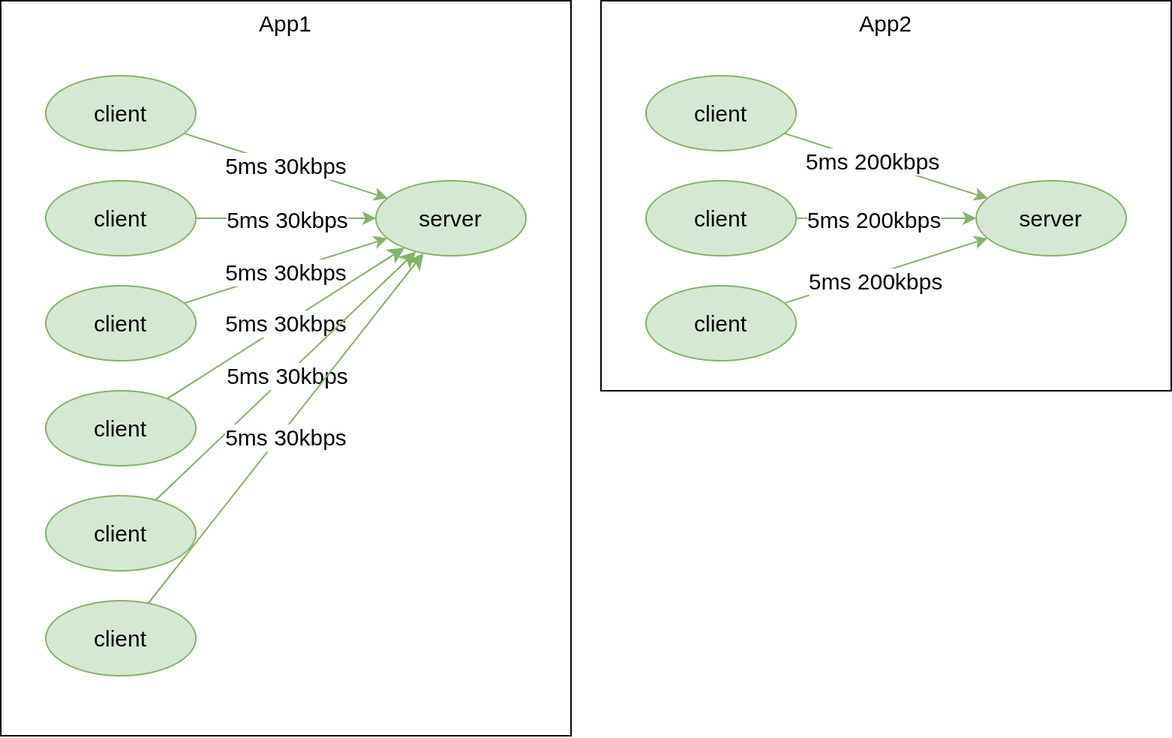
Earlier version of the draw.io export emulator/exp-7/deployment.drawio.png (kr-0-n/k8_scheduler_experiments). Source tidied: cells renumbered, new cells last; positions are measured from the earlier drawing's top-left corner, leaving out a move shared by most shapes.
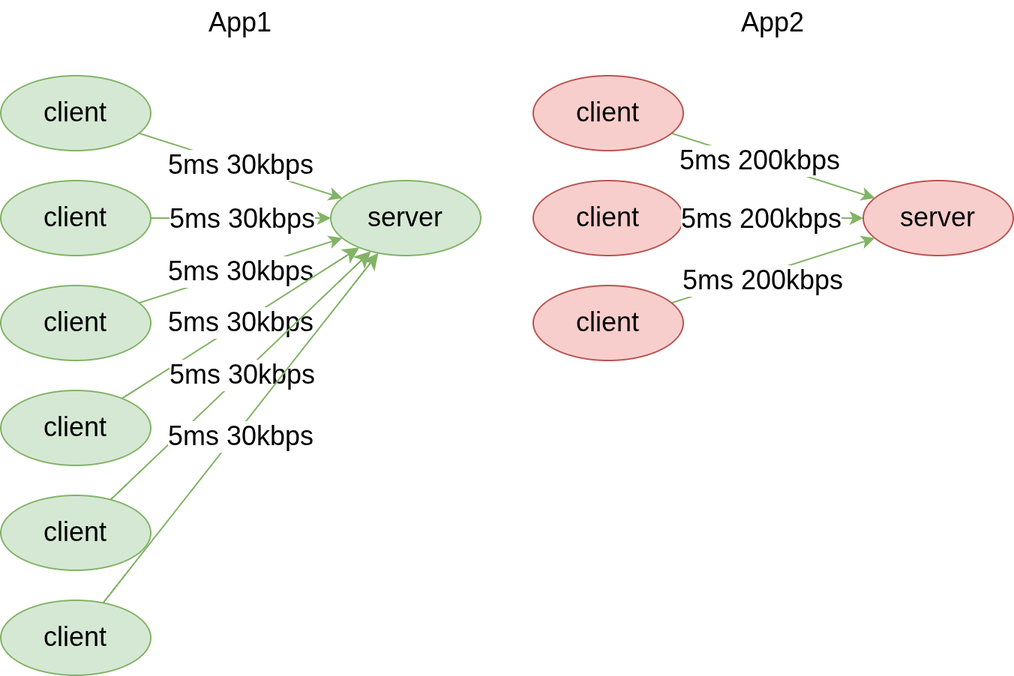
Above is the later version.

The edit, as a diff of the source:
```diff
@@ -2,120 +2,114 @@
   <root>
     <mxCell id="0" />
     <mxCell id="1" parent="0" />
-    <mxCell id="2" style="rounded=0;whiteSpace=wrap;html=1;fontSize=15;" parent="1" vertex="1">
-      <mxGeometry width="380" height="490" as="geometry" />
+    <mxCell id="2" style="edgeStyle=orthogonalEdgeStyle;rounded=0;jettySize=auto;html=1;fillColor=#d5e8d4;strokeColor=#82b366;fontSize=18;" parent="1" edge="1" source="4" target="5">
+      <mxGeometry relative="1" as="geometry" />
     </mxCell>
-    <mxCell id="3" style="edgeStyle=orthogonalEdgeStyle;rounded=0;jettySize=auto;html=1;fillColor=#d5e8d4;strokeColor=#82b366;fontSize=15;" parent="1" edge="1" source="5" target="6">
-      <mxGeometry relative="1" as="geometry" />
+    <mxCell id="3" value="5ms 30kbps" style="edgeLabel;html=1;align=center;verticalAlign=middle;fontSize=18;" parent="2" vertex="1">
+      <mxGeometry x="-0.08" relative="1" as="geometry">
+        <mxPoint x="5" as="offset" />
+      </mxGeometry>
     </mxCell>
-    <mxCell id="4" value="5ms 30kbps" style="edgeLabel;html=1;align=center;verticalAlign=middle;points=[];fontSize=15;" parent="3" vertex="1">
-      <mxGeometry x="-0.08" relative="1" as="geometry">
-        <mxPoint x="5" as="offset" />
-      </mxGeometry>
+    <mxCell id="4" value="client" style="ellipse;whiteSpace=wrap;html=1;fillColor=#d5e8d4;strokeColor=#82b366;fontSize=18;" parent="1" vertex="1">
+      <mxGeometry x="30" y="120" width="100" height="50" as="geometry" />
     </mxCell>
-    <mxCell id="5" value="client" style="ellipse;whiteSpace=wrap;html=1;fillColor=#d5e8d4;strokeColor=#82b366;fontSize=15;" parent="1" vertex="1">
-      <mxGeometry x="30" y="120" width="100" height="50" as="geometry" />
+    <mxCell id="5" value="server" style="ellipse;whiteSpace=wrap;html=1;fillColor=#d5e8d4;strokeColor=#82b366;fontSize=18;" parent="1" vertex="1">
+      <mxGeometry x="250" y="120" width="100" height="50" as="geometry" />
     </mxCell>
-    <mxCell id="6" value="server" style="ellipse;whiteSpace=wrap;html=1;fillColor=#d5e8d4;strokeColor=#82b366;fontSize=15;" parent="1" vertex="1">
-      <mxGeometry x="250" y="120" width="100" height="50" as="geometry" />
+    <mxCell id="6" style="rounded=0;jettySize=auto;html=1;fillColor=#d5e8d4;strokeColor=#82b366;fontSize=18;" parent="1" edge="1" source="8" target="5">
+      <mxGeometry relative="1" as="geometry" />
     </mxCell>
-    <mxCell id="7" style="rounded=0;jettySize=auto;html=1;fillColor=#d5e8d4;strokeColor=#82b366;fontSize=15;" parent="1" edge="1" source="9" target="6">
-      <mxGeometry relative="1" as="geometry" />
+    <mxCell id="7" value="5ms 30kbps" style="edgeLabel;html=1;align=center;verticalAlign=middle;fontSize=18;" parent="6" vertex="1">
+      <mxGeometry x="0.26" y="2" relative="1" as="geometry">
+        <mxPoint x="-19" y="-4" as="offset" />
+      </mxGeometry>
     </mxCell>
-    <mxCell id="8" value="5ms 30kbps" style="edgeLabel;html=1;align=center;verticalAlign=middle;points=[];fontSize=15;" parent="7" vertex="1">
-      <mxGeometry x="0.26" y="2" relative="1" as="geometry">
-        <mxPoint x="-19" y="-4" as="offset" />
-      </mxGeometry>
+    <mxCell id="8" value="client" style="ellipse;whiteSpace=wrap;html=1;fillColor=#d5e8d4;strokeColor=#82b366;fontSize=18;" parent="1" vertex="1">
+      <mxGeometry x="30" y="50" width="100" height="50" as="geometry" />
     </mxCell>
-    <mxCell id="9" value="client" style="ellipse;whiteSpace=wrap;html=1;fillColor=#d5e8d4;strokeColor=#82b366;fontSize=15;" parent="1" vertex="1">
-      <mxGeometry x="30" y="50" width="100" height="50" as="geometry" />
+    <mxCell id="9" style="rounded=0;jettySize=auto;html=1;fillColor=#d5e8d4;strokeColor=#82b366;fontSize=18;" parent="1" edge="1" source="11" target="5">
+      <mxGeometry relative="1" as="geometry" />
     </mxCell>
-    <mxCell id="10" style="rounded=0;jettySize=auto;html=1;fillColor=#d5e8d4;strokeColor=#82b366;fontSize=15;" parent="1" edge="1" source="12" target="6">
-      <mxGeometry relative="1" as="geometry" />
+    <mxCell id="10" value="5ms 30kbps" style="edgeLabel;html=1;align=center;verticalAlign=middle;fontSize=18;" parent="9" vertex="1">
+      <mxGeometry x="-0.18" y="3" relative="1" as="geometry">
+        <mxPoint x="13" y="-1" as="offset" />
+      </mxGeometry>
     </mxCell>
-    <mxCell id="11" value="5ms 30kbps" style="edgeLabel;html=1;align=center;verticalAlign=middle;points=[];fontSize=15;" parent="10" vertex="1">
-      <mxGeometry x="-0.18" y="3" relative="1" as="geometry">
-        <mxPoint x="13" y="-1" as="offset" />
-      </mxGeometry>
+    <mxCell id="11" value="client" style="ellipse;whiteSpace=wrap;html=1;fillColor=#d5e8d4;strokeColor=#82b366;fontSize=18;" parent="1" vertex="1">
+      <mxGeometry x="30" y="190" width="100" height="50" as="geometry" />
     </mxCell>
-    <mxCell id="12" value="client" style="ellipse;whiteSpace=wrap;html=1;fillColor=#d5e8d4;strokeColor=#82b366;fontSize=15;" parent="1" vertex="1">
-      <mxGeometry x="30" y="190" width="100" height="50" as="geometry" />
+    <mxCell id="12" value="App1" style="text;html=1;whiteSpace=wrap;strokeColor=none;fillColor=none;align=center;verticalAlign=middle;rounded=0;fontSize=18;" parent="1" vertex="1">
+      <mxGeometry x="160" width="60" height="30" as="geometry" />
     </mxCell>
-    <mxCell id="13" value="App1" style="text;html=1;whiteSpace=wrap;strokeColor=none;fillColor=none;align=center;verticalAlign=middle;rounded=0;fontSize=15;" parent="1" vertex="1">
-      <mxGeometry x="160" width="60" height="30" as="geometry" />
+    <mxCell id="13" style="edgeStyle=orthogonalEdgeStyle;rounded=0;jettySize=auto;html=1;fillColor=#d5e8d4;strokeColor=#82b366;fontSize=18;" parent="1" edge="1" source="14" target="15">
+      <mxGeometry relative="1" as="geometry" />
     </mxCell>
-    <mxCell id="14" style="rounded=0;whiteSpace=wrap;html=1;fontSize=15;" parent="1" vertex="1">
-      <mxGeometry x="400" width="380" height="260" as="geometry" />
+    <mxCell id="14" value="client" style="ellipse;whiteSpace=wrap;html=1;fillColor=#f8cecc;strokeColor=#b85450;fontSize=18;" parent="1" vertex="1">
+      <mxGeometry x="385" y="120" width="100" height="50" as="geometry" />
     </mxCell>
-    <mxCell id="15" style="edgeStyle=orthogonalEdgeStyle;rounded=0;jettySize=auto;html=1;fillColor=#d5e8d4;strokeColor=#82b366;fontSize=15;" parent="1" edge="1" source="16" target="17">
-      <mxGeometry relative="1" as="geometry" />
+    <mxCell id="15" value="server" style="ellipse;whiteSpace=wrap;html=1;fillColor=#f8cecc;strokeColor=#b85450;fontSize=18;" parent="1" vertex="1">
+      <mxGeometry x="605" y="120" width="100" height="50" as="geometry" />
     </mxCell>
-    <mxCell id="16" value="client" style="ellipse;whiteSpace=wrap;html=1;fillColor=#d5e8d4;strokeColor=#82b366;fontSize=15;" parent="1" vertex="1">
-      <mxGeometry x="430" y="120" width="100" height="50" as="geometry" />
+    <mxCell id="16" style="rounded=0;jettySize=auto;html=1;fillColor=#d5e8d4;strokeColor=#82b366;fontSize=18;" parent="1" edge="1" source="18" target="15">
+      <mxGeometry relative="1" as="geometry" />
     </mxCell>
-    <mxCell id="17" value="server" style="ellipse;whiteSpace=wrap;html=1;fillColor=#d5e8d4;strokeColor=#82b366;fontSize=15;" parent="1" vertex="1">
-      <mxGeometry x="650" y="120" width="100" height="50" as="geometry" />
+    <mxCell id="17" value="5ms 200kbps" style="edgeLabel;html=1;align=center;verticalAlign=middle;points=[];fontSize=18;" parent="16" vertex="1">
+      <mxGeometry x="-0.14" y="1" relative="1" as="geometry" />
     </mxCell>
-    <mxCell id="18" style="rounded=0;jettySize=auto;html=1;fillColor=#d5e8d4;strokeColor=#82b366;fontSize=15;" parent="1" edge="1" source="20" target="17">
-      <mxGeometry relative="1" as="geometry" />
+    <mxCell id="18" value="client" style="ellipse;whiteSpace=wrap;html=1;fillColor=#f8cecc;strokeColor=#b85450;fontSize=18;" parent="1" vertex="1">
+      <mxGeometry x="385" y="50" width="100" height="50" as="geometry" />
     </mxCell>
-    <mxCell id="19" value="5ms 200kbps" style="edgeLabel;html=1;align=center;verticalAlign=middle;fontSize=15;" parent="18" vertex="1">
-      <mxGeometry x="-0.14" y="1" relative="1" as="geometry" />
+    <mxCell id="19" style="rounded=0;jettySize=auto;html=1;fillColor=#d5e8d4;strokeColor=#82b366;fontSize=18;" parent="1" edge="1" source="20" target="15">
+      <mxGeometry relative="1" as="geometry" />
     </mxCell>
-    <mxCell id="20" value="client" style="ellipse;whiteSpace=wrap;html=1;fillColor=#d5e8d4;strokeColor=#82b366;fontSize=15;" parent="1" vertex="1">
-      <mxGeometry x="430" y="50" width="100" height="50" as="geometry" />
+    <mxCell id="20" value="client" style="ellipse;whiteSpace=wrap;html=1;fillColor=#f8cecc;strokeColor=#b85450;fontSize=18;" parent="1" vertex="1">
+      <mxGeometry x="385" y="190" width="100" height="50" as="geometry" />
     </mxCell>
-    <mxCell id="21" style="rounded=0;jettySize=auto;html=1;fillColor=#d5e8d4;strokeColor=#82b366;fontSize=15;" parent="1" edge="1" source="22" target="17">
-      <mxGeometry relative="1" as="geometry" />
+    <mxCell id="21" value="App2" style="text;html=1;whiteSpace=wrap;strokeColor=none;fillColor=none;align=center;verticalAlign=middle;rounded=0;fontSize=18;" parent="1" vertex="1">
+      <mxGeometry x="515" width="60" height="30" as="geometry" />
     </mxCell>
-    <mxCell id="22" value="client" style="ellipse;whiteSpace=wrap;html=1;fillColor=#d5e8d4;strokeColor=#82b366;fontSize=15;" parent="1" vertex="1">
-      <mxGeometry x="430" y="190" width="100" height="50" as="geometry" />
+    <mxCell id="22" value="5ms 200kbps" style="edgeLabel;html=1;align=center;verticalAlign=middle;points=[];fontSize=18;" parent="1" vertex="1">
+      <mxGeometry x="517" y="135" as="geometry">
+        <mxPoint x="19" y="10" as="offset" />
+      </mxGeometry>
     </mxCell>
-    <mxCell id="23" value="App2" style="text;html=1;whiteSpace=wrap;strokeColor=none;fillColor=none;align=center;verticalAlign=middle;rounded=0;fontSize=15;" parent="1" vertex="1">
-      <mxGeometry x="560" width="60" height="30" as="geometry" />
+    <mxCell id="23" value="5ms 200kbps" style="edgeLabel;html=1;align=center;verticalAlign=middle;fontSize=18;" parent="1" vertex="1">
+      <mxGeometry x="535" y="180" as="geometry">
+        <mxPoint x="2" y="6" as="offset" />
+      </mxGeometry>
     </mxCell>
-    <mxCell id="24" value="5ms 200kbps" style="edgeLabel;html=1;align=center;verticalAlign=middle;fontSize=15;" parent="1" vertex="1">
-      <mxGeometry x="562" y="135" as="geometry">
-        <mxPoint x="19" y="10" as="offset" />
-      </mxGeometry>
+    <mxCell id="24" style="edgeStyle=none;curved=1;rounded=0;jettySize=auto;html=1;fontSize=18;startSize=8;endSize=8;fillColor=#d5e8d4;strokeColor=#82b366;" parent="1" edge="1" source="26" target="5">
+      <mxGeometry relative="1" as="geometry" />
     </mxCell>
-    <mxCell id="25" value="5ms 200kbps" style="edgeLabel;html=1;align=center;verticalAlign=middle;fontSize=15;" parent="1" vertex="1">
-      <mxGeometry x="580" y="180" as="geometry">
-        <mxPoint x="2" y="6" as="offset" />
+    <mxCell id="25" value="5ms 30kbps" style="edgeLabel;html=1;align=center;verticalAlign=middle;fontSize=18;" parent="24" vertex="1">
+      <mxGeometry x="-0.11" y="1" relative="1" as="geometry">
+        <mxPoint x="9" y="-5" as="offset" />
       </mxGeometry>
     </mxCell>
-    <mxCell id="26" style="edgeStyle=none;curved=1;rounded=0;jettySize=auto;html=1;fontSize=15;startSize=8;endSize=8;fillColor=#d5e8d4;strokeColor=#82b366;" parent="1" edge="1" source="28" target="6">
-      <mxGeometry relative="1" as="geometry" />
+    <mxCell id="26" value="client" style="ellipse;whiteSpace=wrap;html=1;fillColor=#d5e8d4;strokeColor=#82b366;fontSize=18;" parent="1" vertex="1">
+      <mxGeometry x="30" y="260" width="100" height="50" as="geometry" />
     </mxCell>
-    <mxCell id="27" value="5ms 30kbps" style="edgeLabel;html=1;align=center;verticalAlign=middle;fontSize=15;" parent="26" vertex="1">
-      <mxGeometry x="-0.11" y="1" relative="1" as="geometry">
-        <mxPoint x="9" y="-5" as="offset" />
-      </mxGeometry>
+    <mxCell id="27" style="edgeStyle=none;curved=1;rounded=0;jettySize=auto;html=1;fontSize=18;startSize=8;endSize=8;fillColor=#d5e8d4;strokeColor=#82b366;" parent="1" edge="1" source="29" target="5">
+      <mxGeometry relative="1" as="geometry" />
     </mxCell>
-    <mxCell id="28" value="client" style="ellipse;whiteSpace=wrap;html=1;fillColor=#d5e8d4;strokeColor=#82b366;fontSize=15;" parent="1" vertex="1">
-      <mxGeometry x="30" y="260" width="100" height="50" as="geometry" />
+    <mxCell id="28" value="5ms 30kbps" style="edgeLabel;html=1;align=center;verticalAlign=middle;points=[];fontSize=18;" parent="27" vertex="1">
+      <mxGeometry x="-0.21" y="1" relative="1" as="geometry">
+        <mxPoint x="19" y="-17" as="offset" />
+      </mxGeometry>
     </mxCell>
-    <mxCell id="29" style="edgeStyle=none;curved=1;rounded=0;jettySize=auto;html=1;fontSize=15;startSize=8;endSize=8;fillColor=#d5e8d4;strokeColor=#82b366;" parent="1" edge="1" source="31" target="6">
-      <mxGeometry relative="1" as="geometry" />
+    <mxCell id="29" value="client" style="ellipse;whiteSpace=wrap;html=1;fillColor=#d5e8d4;strokeColor=#82b366;fontSize=18;" parent="1" vertex="1">
+      <mxGeometry x="30" y="330" width="100" height="50" as="geometry" />
     </mxCell>
-    <mxCell id="30" value="5ms 30kbps" style="edgeLabel;html=1;align=center;verticalAlign=middle;fontSize=15;" parent="29" vertex="1">
-      <mxGeometry x="-0.21" y="1" relative="1" as="geometry">
-        <mxPoint x="19" y="-17" as="offset" />
-      </mxGeometry>
+    <mxCell id="30" style="edgeStyle=none;curved=1;rounded=0;jettySize=auto;html=1;fontSize=18;startSize=8;endSize=8;fillColor=#d5e8d4;strokeColor=#82b366;" parent="1" edge="1" source="32" target="5">
+      <mxGeometry relative="1" as="geometry" />
     </mxCell>
-    <mxCell id="31" value="client" style="ellipse;whiteSpace=wrap;html=1;fillColor=#d5e8d4;strokeColor=#82b366;fontSize=15;" parent="1" vertex="1">
-      <mxGeometry x="30" y="330" width="100" height="50" as="geometry" />
+    <mxCell id="31" value="5ms 30kbps" style="edgeLabel;html=1;align=center;verticalAlign=middle;points=[];fontSize=18;" parent="30" vertex="1">
+      <mxGeometry x="-0.19" y="-1" relative="1" as="geometry">
+        <mxPoint x="16" y="-18" as="offset" />
+      </mxGeometry>
     </mxCell>
-    <mxCell id="32" style="edgeStyle=none;curved=1;rounded=0;jettySize=auto;html=1;fontSize=15;startSize=8;endSize=8;fillColor=#d5e8d4;strokeColor=#82b366;" parent="1" edge="1" source="34" target="6">
-      <mxGeometry relative="1" as="geometry" />
+    <mxCell id="32" value="client" style="ellipse;whiteSpace=wrap;html=1;fillColor=#d5e8d4;strokeColor=#82b366;fontSize=18;" parent="1" vertex="1">
+      <mxGeometry x="30" y="400" width="100" height="50" as="geometry" />
     </mxCell>
-    <mxCell id="33" value="5ms 30kbps" style="edgeLabel;html=1;align=center;verticalAlign=middle;fontSize=15;" parent="32" vertex="1">
-      <mxGeometry x="-0.19" y="-1" relative="1" as="geometry">
-        <mxPoint x="16" y="-18" as="offset" />
-      </mxGeometry>
-    </mxCell>
-    <mxCell id="34" value="client" style="ellipse;whiteSpace=wrap;html=1;fillColor=#d5e8d4;strokeColor=#82b366;fontSize=15;" parent="1" vertex="1">
-      <mxGeometry x="30" y="400" width="100" height="50" as="geometry" />
-    </mxCell>
   </root>
 </mxGraphModel>
```
